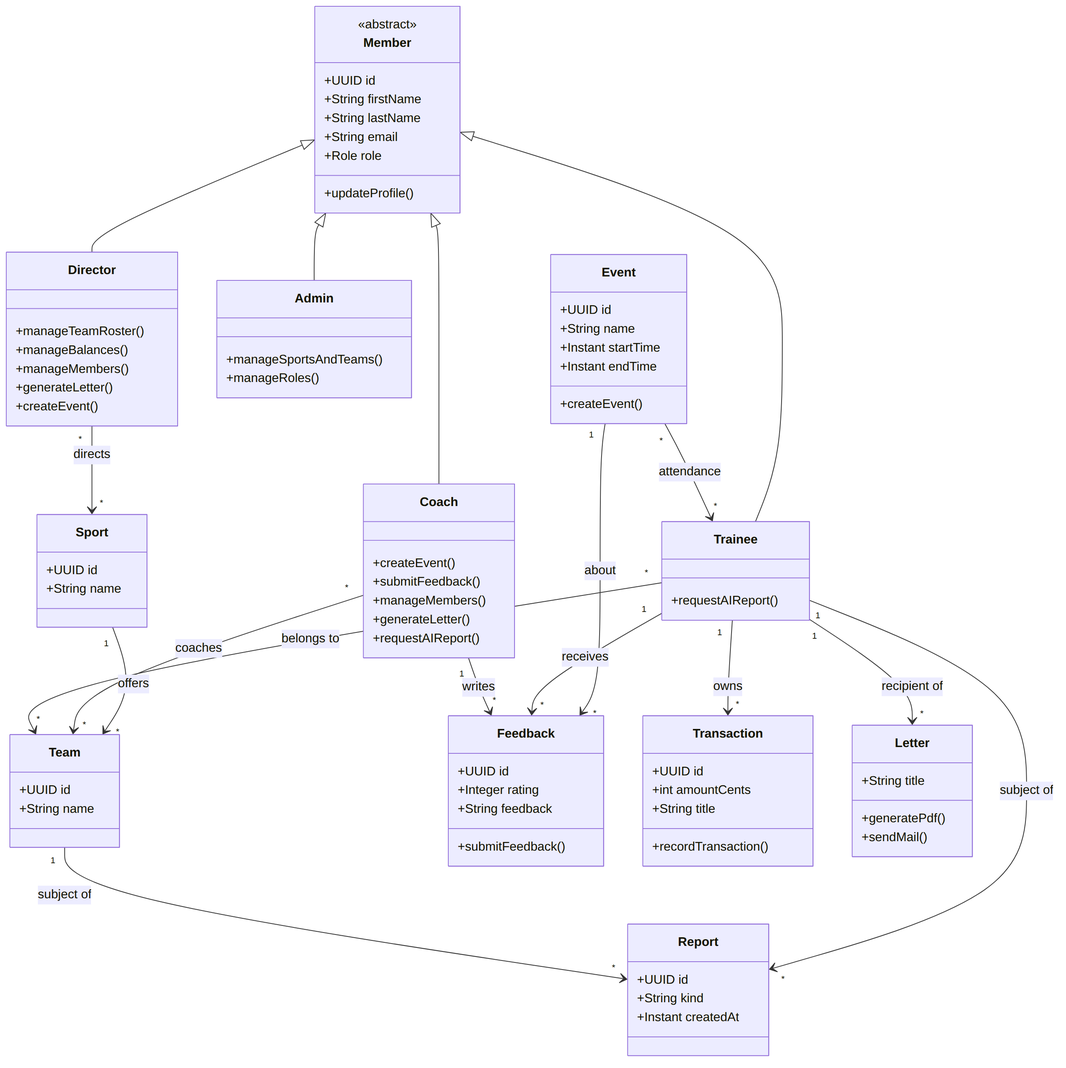
This is docs/diagrams/analysis-object-model.png from AET-DevOps26/team-devoops, a Mermaid export, as it was before one commit. Its source is kept beside it as docs/diagrams/analysis-object-model.mmd.
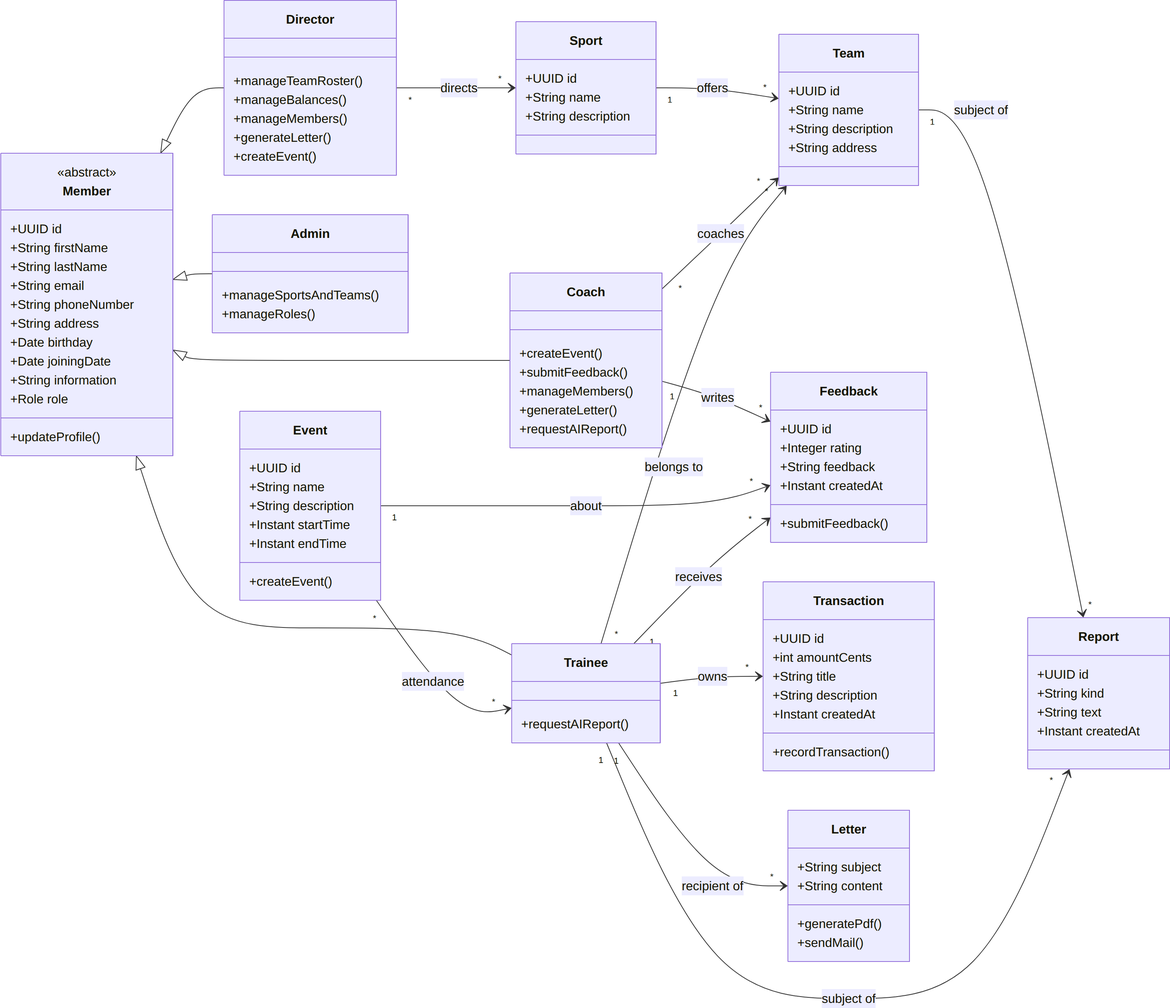
The same diagram one commit later.

Commit message:
fix: address review feedback on AOM and use-case diagrams

Change to the diagram source:
```diff
@@ -1,10 +1,16 @@
 classDiagram
+    direction LR
     class Member {
         <<abstract>>
         +UUID id
         +String firstName
         +String lastName
         +String email
+        +String phoneNumber
+        +String address
+        +Date birthday
+        +Date joiningDate
+        +String information
         +Role role
         +updateProfile()
     }
@@ -38,14 +44,18 @@
     class Sport {
         +UUID id
         +String name
+        +String description
     }
     class Team {
         +UUID id
         +String name
+        +String description
+        +String address
     }
     class Event {
         +UUID id
         +String name
+        +String description
         +Instant startTime
         +Instant endTime
         +createEvent()
@@ -54,34 +64,39 @@
         +UUID id
         +Integer rating
         +String feedback
+        +Instant createdAt
         +submitFeedback()
     }
     class Transaction {
         +UUID id
         +int amountCents
         +String title
+        +String description
+        +Instant createdAt
         +recordTransaction()
     }
     class Letter {
-        +String title
+        +String subject
+        +String content
         +generatePdf()
         +sendMail()
     }
     class Report {
         +UUID id
         +String kind
+        +String text
         +Instant createdAt
     }
 
+    Director "*" --> "*" Sport : directs
     Sport "1" --> "*" Team : offers
-    Director "*" --> "*" Sport : directs
     Coach "*" --> "*" Team : coaches
     Trainee "*" --> "*" Team : belongs to
-    Event "*" --> "*" Trainee : attendance
+    Team "1" --> "*" Report : subject of
+    Coach "1" --> "*" Feedback : writes
     Event "1" --> "*" Feedback : about
     Trainee "1" --> "*" Feedback : receives
-    Coach "1" --> "*" Feedback : writes
+    Event "*" --> "*" Trainee : attendance
     Trainee "1" --> "*" Transaction : owns
     Trainee "1" --> "*" Letter : recipient of
     Trainee "1" --> "*" Report : subject of
-    Team "1" --> "*" Report : subject of
```
